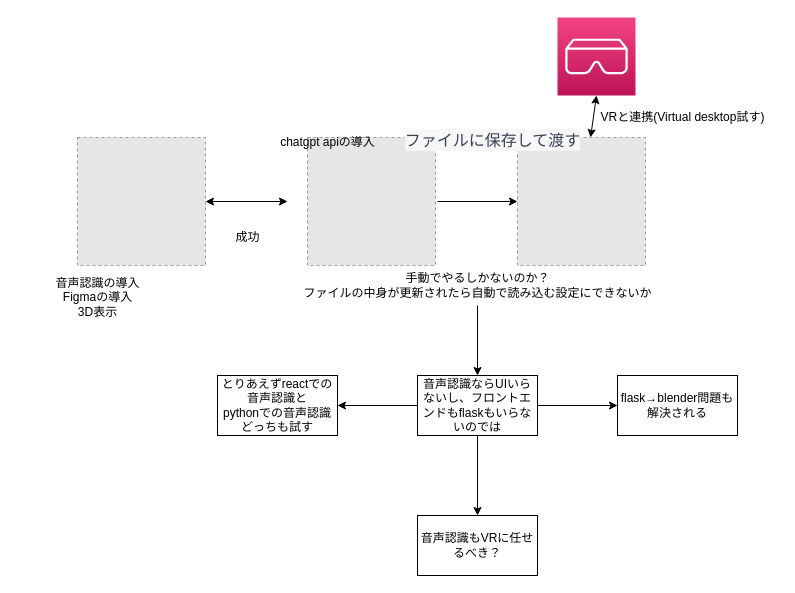
Before: page "ページ3" (3 of 4) of specification.drawio in koguchi212/vr_app, a draw.io diagram. Source tidied: cells renumbered, new cells numbered last; positions are measured from the earlier drawing's top-left corner, leaving out a move shared by most shapes. Both pictures are drawn from the tidied source at 100%, with x=0, y=0 at pixel (42, 17). Pictures stored in the file or linked from it are replaced by grey dashed boxes.
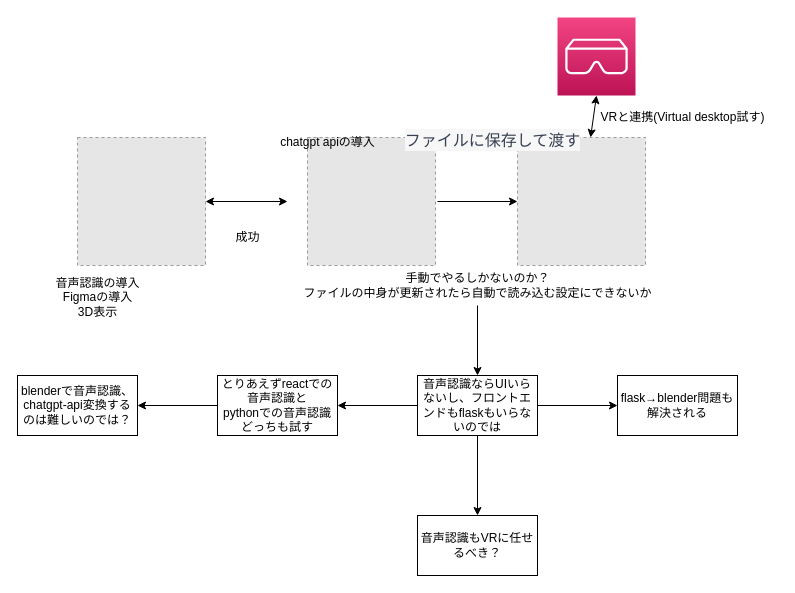
The same page after the edit.

The change refers to these unchanged cells:
```xml
<mxCell id="22" value="とりあえずreactでの音声認識と&lt;br&gt;pythonでの音声認識どっちも試す" style="whiteSpace=wrap;html=1;" parent="1" vertex="1">
  <mxGeometry x="175" y="358" width="120" height="60" as="geometry" />
</mxCell>
```

The edit, as a diff of the source:
```diff
@@
+    <mxCell id="23" style="edgeStyle=none;html=1;" parent="1" edge="1" source="22" target="24">
+      <mxGeometry relative="1" as="geometry" />
+    </mxCell>
@@
+    <mxCell id="24" value="blenderで音声認識、chatgpt-api変換するのは難しいのでは？" style="whiteSpace=wrap;html=1;" parent="1" vertex="1">
+      <mxGeometry x="-25" y="358" width="120" height="60" as="geometry" />
+    </mxCell>
```
